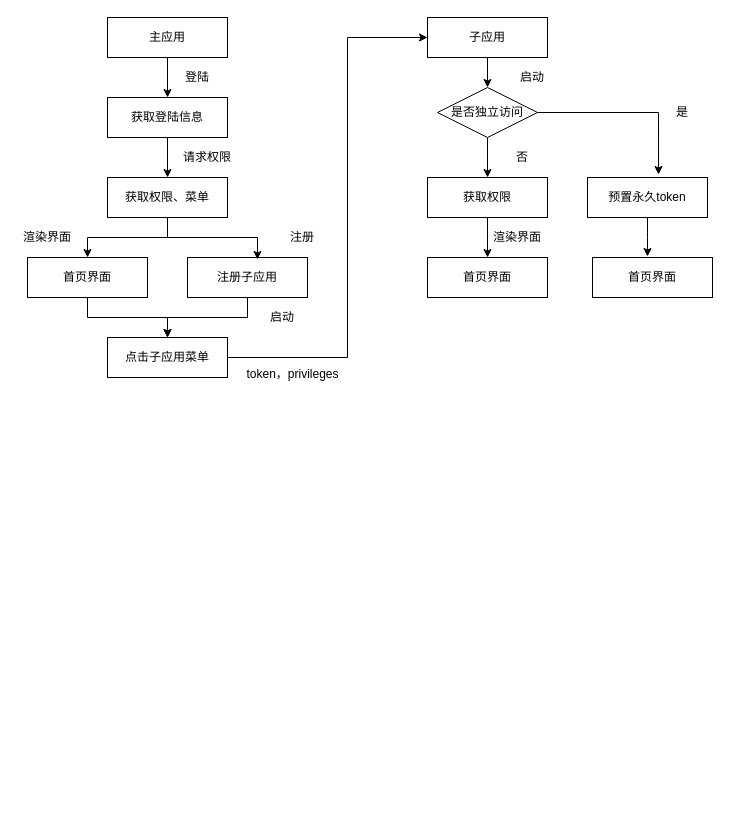
This is Untitled Diagram.drawio from soulxy/ng4, a draw.io file, before an edit. Source tidied: cells renumbered, new cells numbered last; positions are measured from the earlier drawing's top-left corner, leaving out a move shared by most shapes. Both pictures are drawn from the tidied source at 100%, with x=0, y=0 at pixel (17, 17).
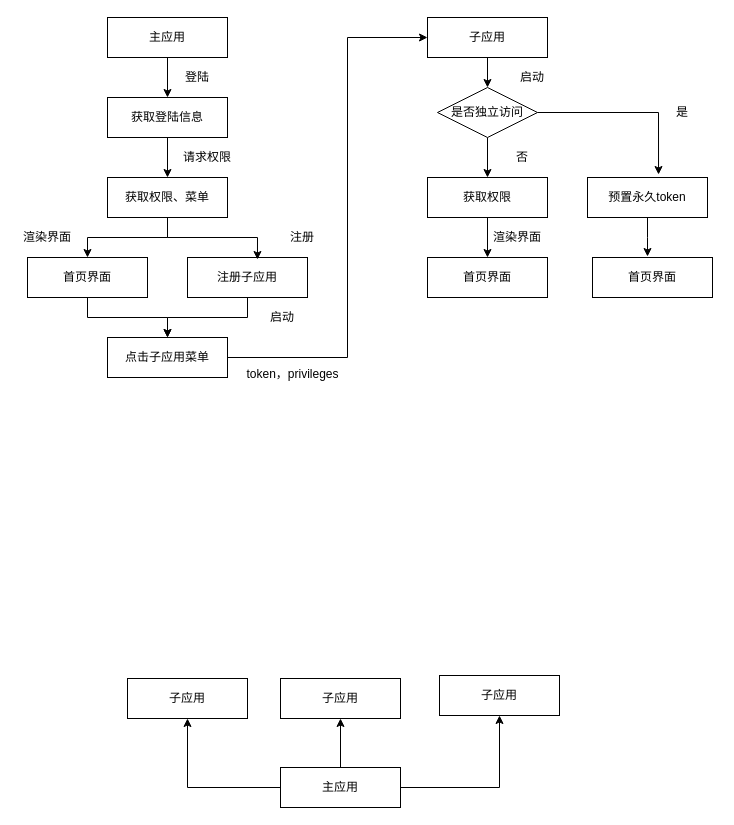
Above is the later version.

Diff of the diagram source:
```diff
@@
+    <mxCell id="36" style="edgeStyle=orthogonalEdgeStyle;rounded=0;jettySize=auto;html=1;" parent="1" edge="1" source="39" target="40">
+      <mxGeometry relative="1" as="geometry" />
+    </mxCell>
+    <mxCell id="37" style="edgeStyle=orthogonalEdgeStyle;rounded=0;jettySize=auto;html=1;" parent="1" edge="1" source="39" target="41">
+      <mxGeometry relative="1" as="geometry" />
+    </mxCell>
+    <mxCell id="38" style="edgeStyle=orthogonalEdgeStyle;rounded=0;jettySize=auto;html=1;entryX=0.5;entryY=1;entryDx=0;entryDy=0;" parent="1" edge="1" source="39" target="42">
+      <mxGeometry relative="1" as="geometry" />
+    </mxCell>
+    <mxCell id="39" value="主应用" style="rounded=0;whiteSpace=wrap;html=1;" parent="1" vertex="1">
+      <mxGeometry x="263" y="750" width="120" height="40" as="geometry" />
+    </mxCell>
+    <mxCell id="40" value="子应用" style="rounded=0;whiteSpace=wrap;html=1;" parent="1" vertex="1">
+      <mxGeometry x="110" y="661" width="120" height="40" as="geometry" />
+    </mxCell>
+    <mxCell id="41" value="子应用" style="rounded=0;whiteSpace=wrap;html=1;" parent="1" vertex="1">
+      <mxGeometry x="263" y="661" width="120" height="40" as="geometry" />
+    </mxCell>
+    <mxCell id="42" value="子应用" style="rounded=0;whiteSpace=wrap;html=1;" parent="1" vertex="1">
+      <mxGeometry x="422" y="658" width="120" height="40" as="geometry" />
+    </mxCell>
```
